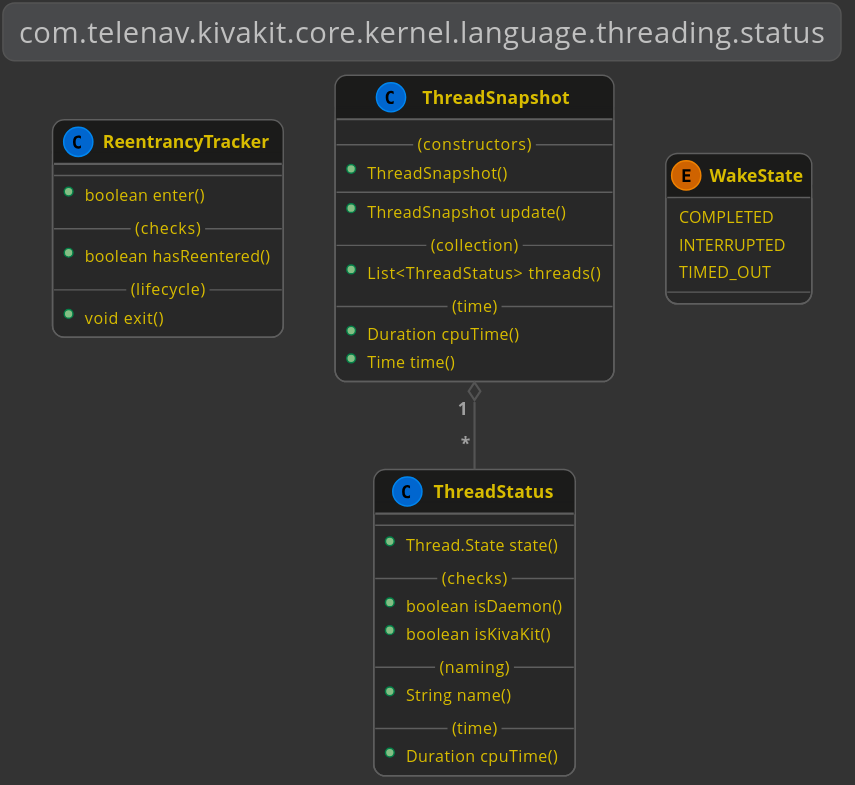
Telenav/kivakit keeps this PlantUML diagram as kivakit-core/kernel/documentation/diagrams/com.telenav.kivakit.core.kernel.language.threading.status.svg. Above is the earlier version.
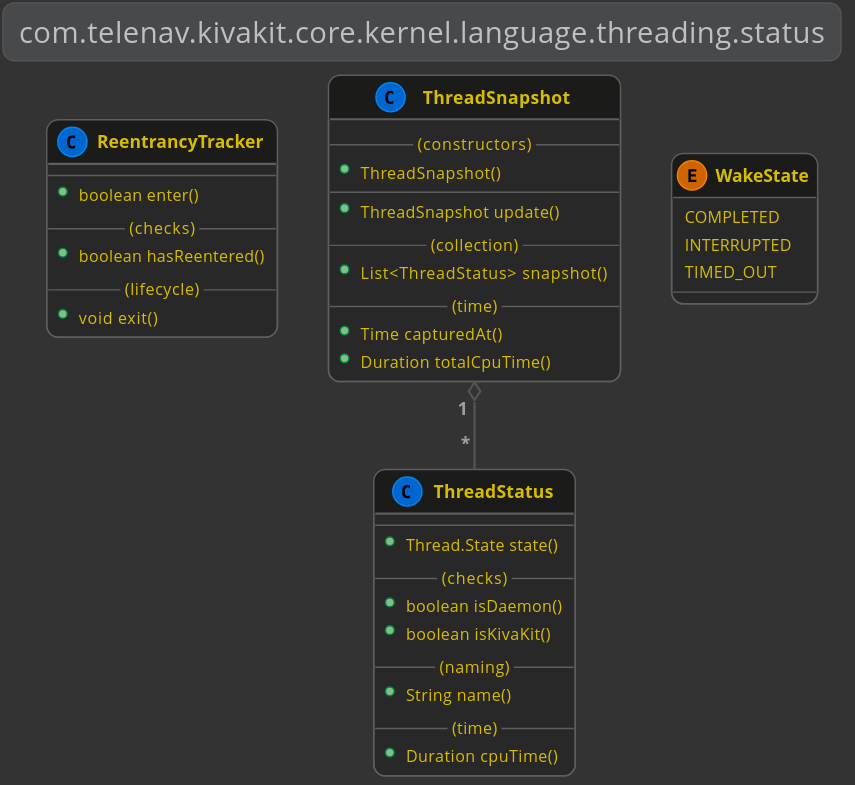
After the commit.

Diff of the diagram source:
```diff
@@ -22,10 +22,10 @@
         --
         +ThreadSnapshot update()
         --(collection)--
-        +List<ThreadStatus> threads()
+        +List<ThreadStatus> snapshot()
         --(time)--
-        +Duration cpuTime()
-        +Time time()
+        +Time capturedAt()
+        +Duration totalCpuTime()
     }
 
     class ThreadStatus
```
